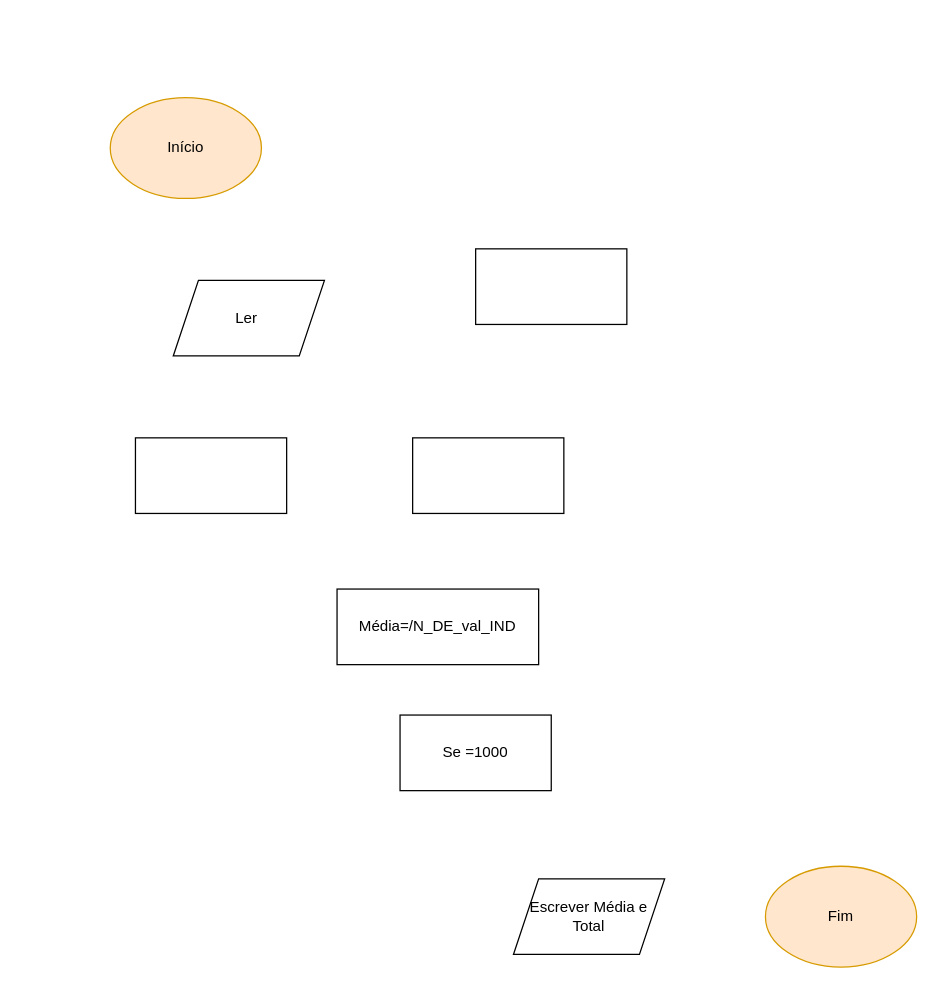
Before: fluxo5.drawio in Rato0101/Fluxogramas, a draw.io diagram. Source tidied: cells renumbered, new cells numbered last; positions are measured from the earlier drawing's top-left corner, leaving out a move shared by most shapes. Both pictures are drawn from the tidied source at 126%, with x=0, y=0 at pixel (110, 97).
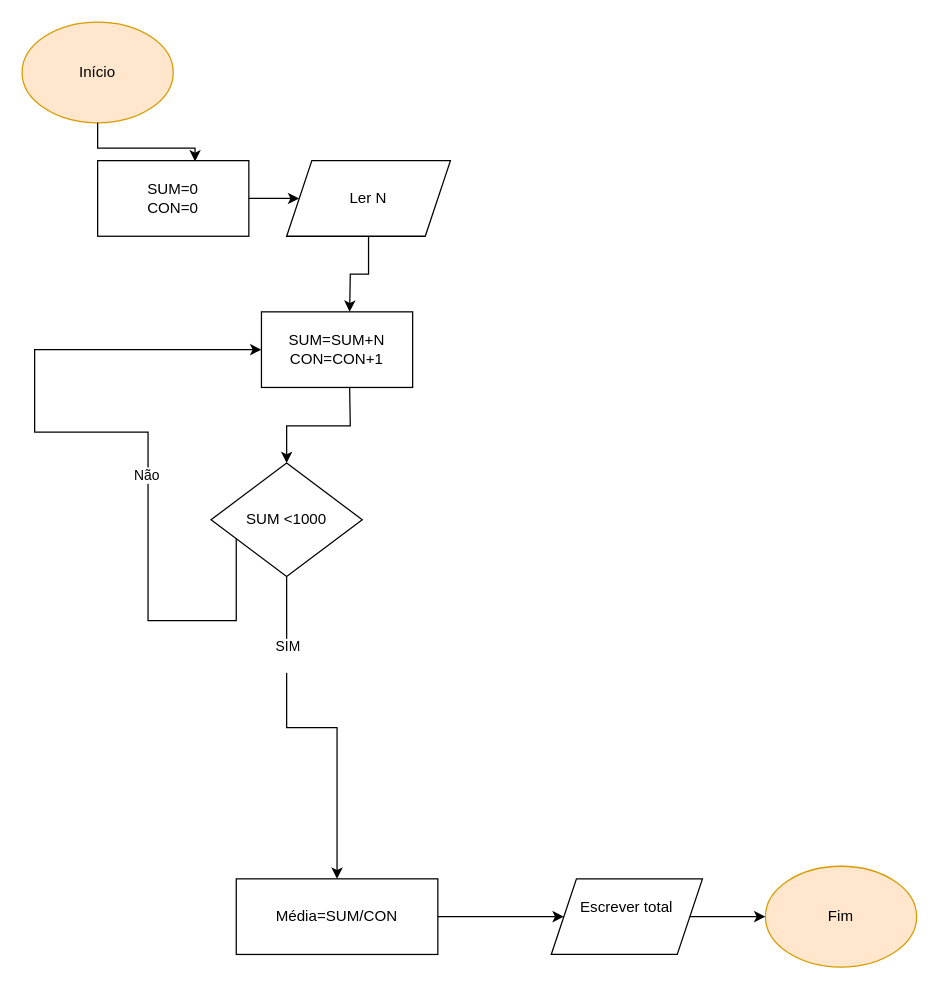
After the change.

Unchanged cells that the change refers to:
```xml
<mxCell id="2" value="Fim" style="ellipse;whiteSpace=wrap;html=1;shapeInside=1;fillColor=#ffe6cc;strokeColor=#d79b00;" parent="1" vertex="1">
  <mxGeometry x="520" y="610" width="120" height="80" as="geometry" />
</mxCell>
```

What changed in the source:
```diff
@@
     <mxCell id="3" value="Início" style="ellipse;whiteSpace=wrap;html=1;shapeInside=1;fillColor=#ffe6cc;strokeColor=#d79b00;" parent="1" vertex="1">
-      <mxGeometry width="120" height="80" as="geometry" />
+      <mxGeometry x="-70" y="-60" width="120" height="80" as="geometry" />
     </mxCell>
-    <mxCell id="4" value="Se =1000" style="rounded=0;whiteSpace=wrap;html=1;" parent="1" vertex="1">
-      <mxGeometry x="230" y="490" width="120" height="60" as="geometry" />
-    </mxCell>
+    <mxCell id="11" style="edgeStyle=orthogonalEdgeStyle;rounded=0;jettySize=auto;html=1;" parent="1" edge="1" source="18" target="5">
+      <mxGeometry relative="1" as="geometry" />
+    </mxCell>
+    <mxCell id="12" value="SIM&lt;div&gt;&lt;br&gt;&lt;/div&gt;" style="edgeLabel;html=1;align=center;verticalAlign=middle;" parent="11" vertex="1">
+      <mxGeometry x="-0.56" relative="1" as="geometry" />
+    </mxCell>
+    <mxCell id="13" style="edgeStyle=orthogonalEdgeStyle;rounded=0;jettySize=auto;html=1;" parent="1" edge="1" source="5" target="6">
+      <mxGeometry relative="1" as="geometry" />
+    </mxCell>
-    <mxCell id="5" value="Média=/N_DE_val_IND" style="rounded=0;whiteSpace=wrap;html=1;" parent="1" vertex="1">
-      <mxGeometry x="180" y="390" width="160" height="60" as="geometry" />
+    <mxCell id="5" value="Média=SUM/CON" style="rounded=0;whiteSpace=wrap;html=1;" parent="1" vertex="1">
+      <mxGeometry x="100" y="620" width="160" height="60" as="geometry" />
     </mxCell>
+    <mxCell id="14" style="edgeStyle=orthogonalEdgeStyle;rounded=0;jettySize=auto;html=1;" parent="1" edge="1" source="6" target="2">
+      <mxGeometry relative="1" as="geometry" />
+    </mxCell>
-    <mxCell id="6" value="Escrever Média e Total" style="shape=parallelogram;perimeter=parallelogramPerimeter;whiteSpace=wrap;html=1;shapeInside=1;fixedSize=1;" parent="1" vertex="1">
-      <mxGeometry x="320" y="620" width="120" height="60" as="geometry" />
+    <mxCell id="6" value="Escrever total&lt;div&gt;&lt;br/&gt;&lt;/div&gt;" style="shape=parallelogram;perimeter=parallelogramPerimeter;whiteSpace=wrap;html=1;shapeInside=1;fixedSize=1;" parent="1" vertex="1">
+      <mxGeometry x="350" y="620" width="120" height="60" as="geometry" />
     </mxCell>
-    <mxCell id="7" style="rounded=0;whiteSpace=wrap;html=1;" parent="1" vertex="1">
-      <mxGeometry x="240" y="270" width="120" height="60" as="geometry" />
-    </mxCell>
+    <mxCell id="15" style="edgeStyle=orthogonalEdgeStyle;rounded=0;jettySize=auto;html=1;" parent="1" edge="1" source="8" target="10">
+      <mxGeometry relative="1" as="geometry" />
+    </mxCell>
-    <mxCell id="8" style="rounded=0;whiteSpace=wrap;html=1;" parent="1" vertex="1">
-      <mxGeometry x="290" y="120" width="120" height="60" as="geometry" />
+    <mxCell id="8" value="&lt;div&gt;&lt;span style=&quot;background-color: transparent;&quot;&gt;SUM=0&lt;/span&gt;&lt;/div&gt;&lt;div&gt;CON=0&lt;span style=&quot;background-color: transparent;&quot;&gt;&lt;br&gt;&lt;/span&gt;&lt;/div&gt;" style="rounded=0;whiteSpace=wrap;html=1;" parent="1" vertex="1">
+      <mxGeometry x="-10" y="50" width="120" height="60" as="geometry" />
     </mxCell>
-    <mxCell id="9" style="rounded=0;whiteSpace=wrap;html=1;" parent="1" vertex="1">
-      <mxGeometry x="20" y="270" width="120" height="60" as="geometry" />
-    </mxCell>
+    <mxCell id="16" style="edgeStyle=orthogonalEdgeStyle;rounded=0;jettySize=auto;html=1;entryX=0.5;entryY=0;entryDx=0;entryDy=0;" parent="1" edge="1" target="18">
+      <mxGeometry relative="1" as="geometry">
+        <mxPoint x="190" y="230" as="sourcePoint" />
+      </mxGeometry>
+    </mxCell>
+    <mxCell id="17" style="edgeStyle=orthogonalEdgeStyle;rounded=0;jettySize=auto;html=1;entryX=0.5;entryY=0;entryDx=0;entryDy=0;" parent="1" edge="1" source="10">
+      <mxGeometry relative="1" as="geometry">
+        <mxPoint x="190" y="170" as="targetPoint" />
+      </mxGeometry>
+    </mxCell>
-    <mxCell id="10" value="Ler&amp;nbsp;" style="shape=parallelogram;perimeter=parallelogramPerimeter;whiteSpace=wrap;html=1;shapeInside=1;fixedSize=1;" parent="1" vertex="1">
-      <mxGeometry x="50" y="145" width="120" height="60" as="geometry" />
+    <mxCell id="10" value="Ler N" style="shape=parallelogram;perimeter=parallelogramPerimeter;whiteSpace=wrap;html=1;shapeInside=1;fixedSize=1;" parent="1" vertex="1">
+      <mxGeometry x="140" y="50" width="130" height="60" as="geometry" />
     </mxCell>
+    <mxCell id="18" value="SUM &amp;lt;1000" style="rhombus;whiteSpace=wrap;html=1;shapeInside=1;" parent="1" vertex="1">
+      <mxGeometry x="80" y="290" width="120" height="90" as="geometry" />
+    </mxCell>
+    <mxCell id="19" style="edgeStyle=orthogonalEdgeStyle;rounded=0;jettySize=auto;html=1;entryX=0;entryY=0.5;entryDx=0;entryDy=0;" parent="1" edge="1" source="18" target="22">
+      <mxGeometry relative="1" as="geometry">
+        <Array as="points">
+          <mxPoint x="100" y="415" />
+          <mxPoint x="30" y="415" />
+          <mxPoint x="30" y="265.5" />
+          <mxPoint x="-60" y="265.5" />
+          <mxPoint x="-60" y="200" />
+        </Array>
+      </mxGeometry>
+    </mxCell>
+    <mxCell id="20" value="Não" style="edgeLabel;html=1;align=center;verticalAlign=middle;" parent="19" vertex="1">
+      <mxGeometry x="-0.19" y="2" relative="1" as="geometry" />
+    </mxCell>
+    <mxCell id="21" style="edgeStyle=orthogonalEdgeStyle;rounded=0;jettySize=auto;html=1;entryX=0.644;entryY=0.011;entryDx=0;entryDy=0;entryPerimeter=0;" parent="1" edge="1" source="3" target="8">
+      <mxGeometry relative="1" as="geometry" />
+    </mxCell>
+    <mxCell id="22" value="&lt;div&gt;&lt;span style=&quot;background-color: transparent;&quot;&gt;SUM=SUM+N&lt;/span&gt;&lt;/div&gt;&lt;div&gt;CON=CON+1&lt;span style=&quot;background-color: transparent;&quot;&gt;&lt;br&gt;&lt;/span&gt;&lt;/div&gt;" style="rounded=0;whiteSpace=wrap;html=1;" parent="1" vertex="1">
+      <mxGeometry x="120" y="170" width="120" height="60" as="geometry" />
+    </mxCell>
```
